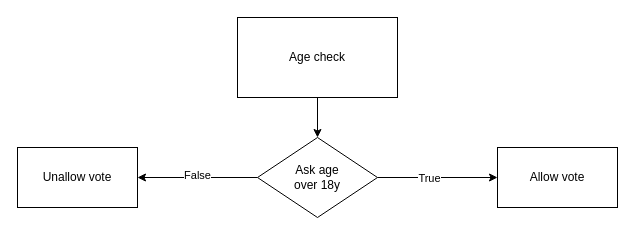
verzaa/verzaa keeps this draw.io diagram as Diagrama sem nome.drawio. Above is the earlier version. Source tidied: cells renumbered, new cells numbered last; positions are measured from the earlier drawing's top-left corner, leaving out a move shared by most shapes. Both pictures are drawn from the tidied source at 100%, with x=0, y=0 at pixel (17, 17).
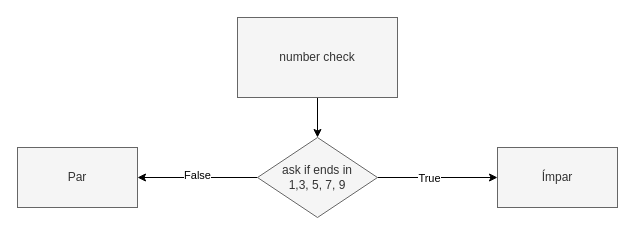
Above is the later version.

The edit, as a diff of the source:
```diff
@@
 <mxGraphModel>
   <root>
     <mxCell id="0" />
     <mxCell id="1" parent="0" />
     <mxCell id="2" style="edgeStyle=orthogonalEdgeStyle;rounded=0;jettySize=auto;html=1;entryX=0.5;entryY=0;entryDx=0;entryDy=0;" parent="1" edge="1" source="3" target="8">
       <mxGeometry relative="1" as="geometry" />
     </mxCell>
-    <mxCell id="3" value="Age check" style="rounded=0;whiteSpace=wrap;html=1;" parent="1" vertex="1">
+    <mxCell id="3" value="number check" style="rounded=0;whiteSpace=wrap;html=1;fillColor=#f5f5f5;strokeColor=#666666;fontColor=#333333;" parent="1" vertex="1">
       <mxGeometry x="220" width="160" height="80" as="geometry" />
     </mxCell>
     <mxCell id="4" style="edgeStyle=orthogonalEdgeStyle;rounded=0;jettySize=auto;html=1;" parent="1" edge="1" source="8">
       <mxGeometry relative="1" as="geometry">
         <mxPoint x="480" y="160" as="targetPoint" />
       </mxGeometry>
     </mxCell>
     <mxCell id="5" value="True" style="edgeLabel;html=1;align=center;verticalAlign=middle;" parent="4" vertex="1">
       <mxGeometry x="-0.15" relative="1" as="geometry" />
     </mxCell>
     <mxCell id="6" style="edgeStyle=orthogonalEdgeStyle;rounded=0;jettySize=auto;html=1;" parent="1" edge="1" source="8">
       <mxGeometry relative="1" as="geometry">
         <mxPoint x="120" y="160" as="targetPoint" />
       </mxGeometry>
     </mxCell>
     <mxCell id="7" value="False" style="edgeLabel;html=1;align=center;verticalAlign=middle;" parent="6" vertex="1">
       <mxGeometry x="-0.01" y="-3" relative="1" as="geometry">
         <mxPoint x="-1" as="offset" />
       </mxGeometry>
     </mxCell>
-    <mxCell id="8" value="Ask age&lt;div&gt;over 18y&lt;/div&gt;" style="rhombus;whiteSpace=wrap;html=1;" parent="1" vertex="1">
+    <mxCell id="8" value="ask if ends in&lt;div&gt;1,3, 5, 7, 9&lt;/div&gt;" style="rhombus;whiteSpace=wrap;html=1;fillColor=#f5f5f5;fontColor=#333333;strokeColor=#666666;" parent="1" vertex="1">
       <mxGeometry x="240" y="120" width="120" height="80" as="geometry" />
     </mxCell>
-    <mxCell id="9" value="Allow vote" style="rounded=0;whiteSpace=wrap;html=1;" parent="1" vertex="1">
+    <mxCell id="9" value="Ímpar" style="rounded=0;whiteSpace=wrap;html=1;fillColor=#f5f5f5;fontColor=#333333;strokeColor=#666666;" parent="1" vertex="1">
       <mxGeometry x="480" y="130" width="120" height="60" as="geometry" />
     </mxCell>
-    <mxCell id="10" value="Unallow vote" style="rounded=0;whiteSpace=wrap;html=1;" parent="1" vertex="1">
+    <mxCell id="10" value="Par" style="rounded=0;whiteSpace=wrap;html=1;fillColor=#f5f5f5;fontColor=#333333;strokeColor=#666666;" parent="1" vertex="1">
       <mxGeometry y="130" width="120" height="60" as="geometry" />
     </mxCell>
   </root>
 </mxGraphModel>
```
